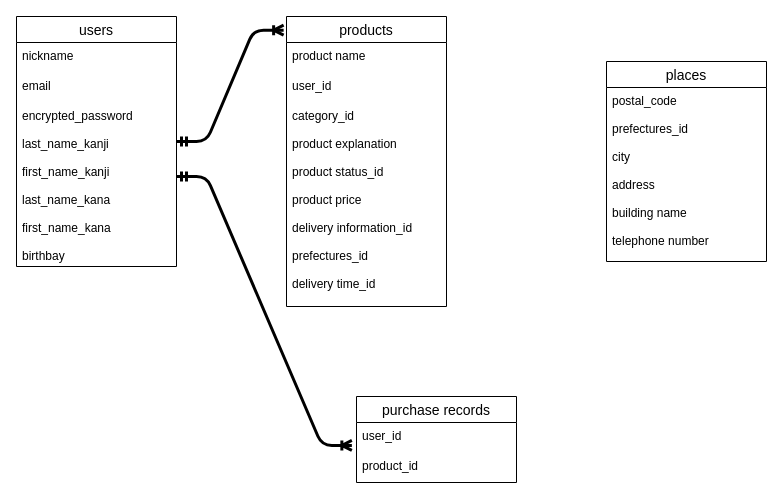
This is ER図.dio from nicole0818/furima-35637, a draw.io file, before an edit. Source tidied: cells renumbered, new cells numbered last; positions are measured from the earlier drawing's top-left corner, leaving out a move shared by most shapes. Both pictures are drawn from the tidied source at 100%, with x=0, y=0 at pixel (16, 16).
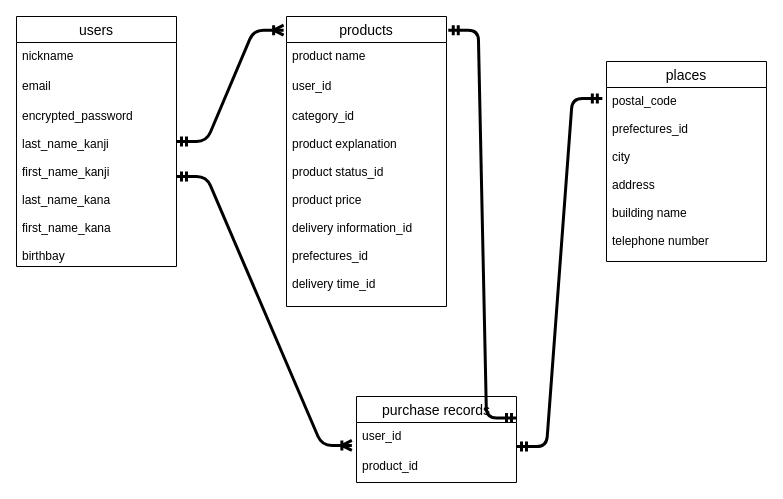
After the change.

The change refers to these unchanged cells:
```xml
<mxCell id="6" value="products" style="swimlane;fontStyle=0;horizontal=1;startSize=26;align=center;fontSize=14;" parent="1" vertex="1">
  <mxGeometry x="270" width="160" height="290" as="geometry" />
</mxCell>
<mxCell id="11" value="postal_code&#10;&#10;prefectures_id&#10;&#10;city&#10;&#10;address&#10;&#10;building name&#10;&#10;telephone number" style="text;strokeColor=none;fillColor=none;spacingLeft=4;spacingRight=4;overflow=hidden;points=[[0,0.5],[1,0.5]];portConstraint=eastwest;fontSize=12;" parent="10" vertex="1">
  <mxGeometry y="26" width="160" height="174" as="geometry" />
</mxCell>
<mxCell id="12" value="purchase records" style="swimlane;fontStyle=0;horizontal=1;startSize=26;align=center;fontSize=14;" parent="1" vertex="1">
  <mxGeometry x="340" y="380" width="160" height="86" as="geometry" />
</mxCell>
```

Diff of the diagram source:
```diff
@@
+    <mxCell id="17" style="edgeStyle=entityRelationEdgeStyle;fontSize=12;html=1;endArrow=ERmandOne;startArrow=ERmandOne;strokeWidth=3;entryX=-0.026;entryY=0.063;entryDx=0;entryDy=0;entryPerimeter=0;" parent="1" edge="1" target="11">
+      <mxGeometry relative="1" as="geometry">
+        <mxPoint x="500" y="430" as="sourcePoint" />
+      </mxGeometry>
+    </mxCell>
+    <mxCell id="18" style="edgeStyle=entityRelationEdgeStyle;fontSize=12;html=1;endArrow=ERmandOne;startArrow=ERmandOne;strokeWidth=3;exitX=1.011;exitY=0.047;exitDx=0;exitDy=0;exitPerimeter=0;entryX=1;entryY=0.25;entryDx=0;entryDy=0;" parent="1" edge="1" source="6" target="12">
+      <mxGeometry relative="1" as="geometry" />
+    </mxCell>
```
